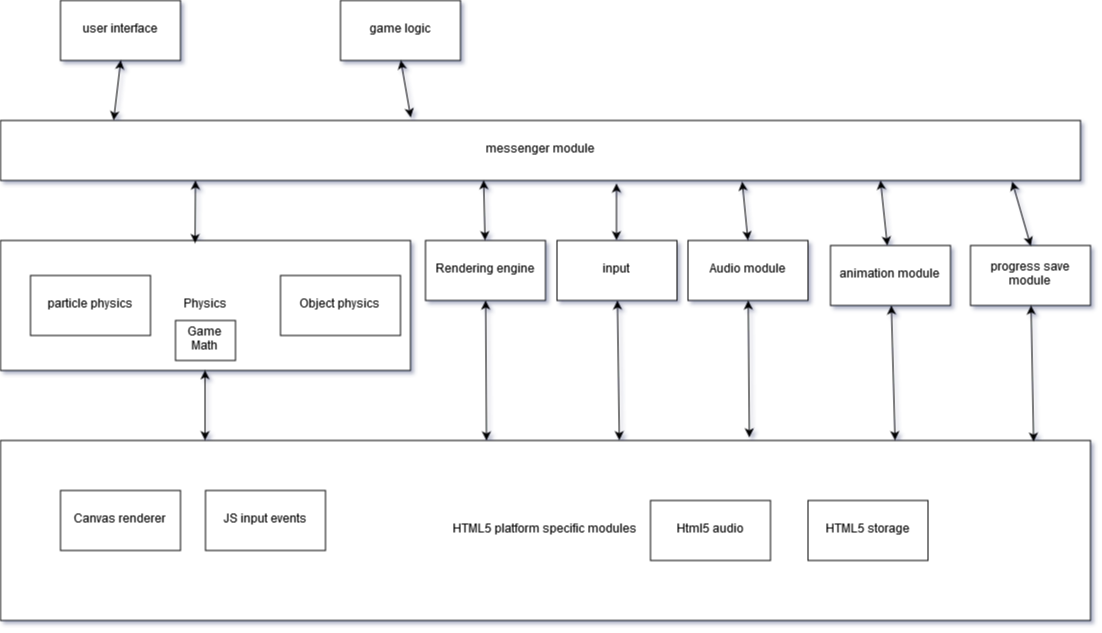
This is docs/design/Game architecture.png from svijaykoushik/sengal-psyco, a draw.io export, as it was before one commit. Source tidied: cells renumbered, new cells last; positions are measured from the earlier drawing's top-left corner, leaving out a move shared by most shapes. Source of this version:
```xml
<mxGraphModel>
  <root>
    <mxCell id="0" />
    <mxCell id="1" parent="0" />
    <mxCell id="2" value="Physics" style="rounded=0;whiteSpace=wrap;html=1;" parent="1" vertex="1">
      <mxGeometry y="240" width="410" height="130" as="geometry" />
    </mxCell>
    <mxCell id="3" value="particle physics" style="rounded=0;whiteSpace=wrap;html=1;" parent="1" vertex="1">
      <mxGeometry x="30" y="275" width="120" height="60" as="geometry" />
    </mxCell>
    <mxCell id="4" value="Object physics" style="rounded=0;whiteSpace=wrap;html=1;" parent="1" vertex="1">
      <mxGeometry x="280" y="275" width="120" height="60" as="geometry" />
    </mxCell>
    <mxCell id="5" value="Rendering engine" style="rounded=0;whiteSpace=wrap;html=1;" parent="1" vertex="1">
      <mxGeometry x="425" y="240" width="120" height="60" as="geometry" />
    </mxCell>
    <mxCell id="6" value="Audio module" style="rounded=0;whiteSpace=wrap;html=1;" parent="1" vertex="1">
      <mxGeometry x="687.5" y="240" width="120" height="60" as="geometry" />
    </mxCell>
    <mxCell id="7" value="animation module" style="rounded=0;whiteSpace=wrap;html=1;" parent="1" vertex="1">
      <mxGeometry x="830" y="245" width="120" height="60" as="geometry" />
    </mxCell>
    <mxCell id="8" value="messenger module" style="rounded=0;whiteSpace=wrap;html=1;" parent="1" vertex="1">
      <mxGeometry y="120" width="1080" height="60" as="geometry" />
    </mxCell>
    <mxCell id="9" value="game logic" style="rounded=0;whiteSpace=wrap;html=1;" parent="1" vertex="1">
      <mxGeometry x="340" width="120" height="60" as="geometry" />
    </mxCell>
    <mxCell id="10" value="user interface" style="rounded=0;whiteSpace=wrap;html=1;" parent="1" vertex="1">
      <mxGeometry x="60" width="120" height="60" as="geometry" />
    </mxCell>
    <mxCell id="11" value="input" style="rounded=0;whiteSpace=wrap;html=1;" parent="1" vertex="1">
      <mxGeometry x="556.5" y="240" width="120" height="60" as="geometry" />
    </mxCell>
    <mxCell id="12" value="HTML5 platform specific modules" style="rounded=0;whiteSpace=wrap;html=1;" parent="1" vertex="1">
      <mxGeometry y="440" width="1090" height="180" as="geometry" />
    </mxCell>
    <mxCell id="13" value="Canvas renderer" style="rounded=0;whiteSpace=wrap;html=1;" parent="1" vertex="1">
      <mxGeometry x="60" y="490" width="120" height="60" as="geometry" />
    </mxCell>
    <mxCell id="14" value="JS input events" style="rounded=0;whiteSpace=wrap;html=1;" parent="1" vertex="1">
      <mxGeometry x="205" y="490" width="120" height="60" as="geometry" />
    </mxCell>
    <mxCell id="15" value="Html5 audio" style="rounded=0;whiteSpace=wrap;html=1;" parent="1" vertex="1">
      <mxGeometry x="650" y="500" width="120" height="60" as="geometry" />
    </mxCell>
    <mxCell id="16" value="HTML5 storage" style="rounded=0;whiteSpace=wrap;html=1;" parent="1" vertex="1">
      <mxGeometry x="807.5" y="500" width="120" height="60" as="geometry" />
    </mxCell>
    <mxCell id="17" value="progress save module" style="rounded=0;whiteSpace=wrap;html=1;" parent="1" vertex="1">
      <mxGeometry x="970" y="245" width="120" height="60" as="geometry" />
    </mxCell>
    <mxCell id="18" value="Game Math" style="rounded=0;whiteSpace=wrap;html=1;" parent="1" vertex="1">
      <mxGeometry x="175" y="320" width="60" height="40" as="geometry" />
    </mxCell>
    <mxCell id="19" style="endArrow=classic;startArrow=classic;html=1;entryX=0.5;entryY=1;entryDx=0;entryDy=0;exitX=0.188;exitY=-0.002;exitDx=0;exitDy=0;exitPerimeter=0;" parent="1" edge="1" source="12" target="2">
      <mxGeometry relative="1" as="geometry" />
    </mxCell>
    <mxCell id="20" style="endArrow=classic;startArrow=classic;html=1;" parent="1" edge="1" source="5">
      <mxGeometry relative="1" as="geometry">
        <mxPoint x="486" y="440" as="targetPoint" />
      </mxGeometry>
    </mxCell>
    <mxCell id="21" style="endArrow=classic;startArrow=classic;html=1;entryX=0.568;entryY=-0.002;entryDx=0;entryDy=0;entryPerimeter=0;" parent="1" edge="1" source="11" target="12">
      <mxGeometry relative="1" as="geometry" />
    </mxCell>
    <mxCell id="22" style="endArrow=classic;startArrow=classic;html=1;entryX=0.687;entryY=-0.017;entryDx=0;entryDy=0;entryPerimeter=0;" parent="1" edge="1" source="6" target="12">
      <mxGeometry relative="1" as="geometry" />
    </mxCell>
    <mxCell id="23" style="endArrow=classic;startArrow=classic;html=1;entryX=0.821;entryY=-0.002;entryDx=0;entryDy=0;entryPerimeter=0;" parent="1" edge="1" source="7" target="12">
      <mxGeometry relative="1" as="geometry" />
    </mxCell>
    <mxCell id="24" style="endArrow=classic;startArrow=classic;html=1;entryX=0.948;entryY=0.006;entryDx=0;entryDy=0;entryPerimeter=0;" parent="1" edge="1" source="17" target="12">
      <mxGeometry relative="1" as="geometry" />
    </mxCell>
    <mxCell id="25" style="endArrow=classic;startArrow=classic;html=1;entryX=0.475;entryY=0.02;entryDx=0;entryDy=0;entryPerimeter=0;" parent="1" edge="1" target="2">
      <mxGeometry relative="1" as="geometry">
        <mxPoint x="195" y="180" as="sourcePoint" />
      </mxGeometry>
    </mxCell>
    <mxCell id="26" style="endArrow=classic;startArrow=classic;html=1;exitX=0.5;exitY=0;exitDx=0;exitDy=0;entryX=0.447;entryY=0.995;entryDx=0;entryDy=0;entryPerimeter=0;" parent="1" edge="1" source="5" target="8">
      <mxGeometry relative="1" as="geometry" />
    </mxCell>
    <mxCell id="27" style="endArrow=classic;startArrow=classic;html=1;exitX=0.5;exitY=0;exitDx=0;exitDy=0;" parent="1" edge="1" source="11">
      <mxGeometry relative="1" as="geometry">
        <mxPoint x="616" y="183" as="targetPoint" />
      </mxGeometry>
    </mxCell>
    <mxCell id="28" style="endArrow=classic;startArrow=classic;html=1;entryX=0.687;entryY=1.019;entryDx=0;entryDy=0;entryPerimeter=0;exitX=0.5;exitY=0;exitDx=0;exitDy=0;" parent="1" edge="1" source="6" target="8">
      <mxGeometry relative="1" as="geometry" />
    </mxCell>
    <mxCell id="29" style="endArrow=classic;startArrow=classic;html=1;" parent="1" edge="1" source="7">
      <mxGeometry relative="1" as="geometry">
        <mxPoint x="880" y="180" as="targetPoint" />
      </mxGeometry>
    </mxCell>
    <mxCell id="30" style="endArrow=classic;startArrow=classic;html=1;entryX=0.937;entryY=1.019;entryDx=0;entryDy=0;entryPerimeter=0;exitX=0.5;exitY=0;exitDx=0;exitDy=0;" parent="1" edge="1" source="17" target="8">
      <mxGeometry relative="1" as="geometry" />
    </mxCell>
    <mxCell id="31" style="endArrow=classic;startArrow=classic;html=1;exitX=0.105;exitY=-0.005;exitDx=0;exitDy=0;exitPerimeter=0;entryX=0.5;entryY=1;entryDx=0;entryDy=0;" parent="1" edge="1" source="8" target="10">
      <mxGeometry relative="1" as="geometry" />
    </mxCell>
    <mxCell id="32" style="endArrow=classic;startArrow=classic;html=1;exitX=0.38;exitY=-0.052;exitDx=0;exitDy=0;exitPerimeter=0;entryX=0.5;entryY=1;entryDx=0;entryDy=0;" parent="1" edge="1" source="8" target="9">
      <mxGeometry relative="1" as="geometry" />
    </mxCell>
  </root>
</mxGraphModel>
```
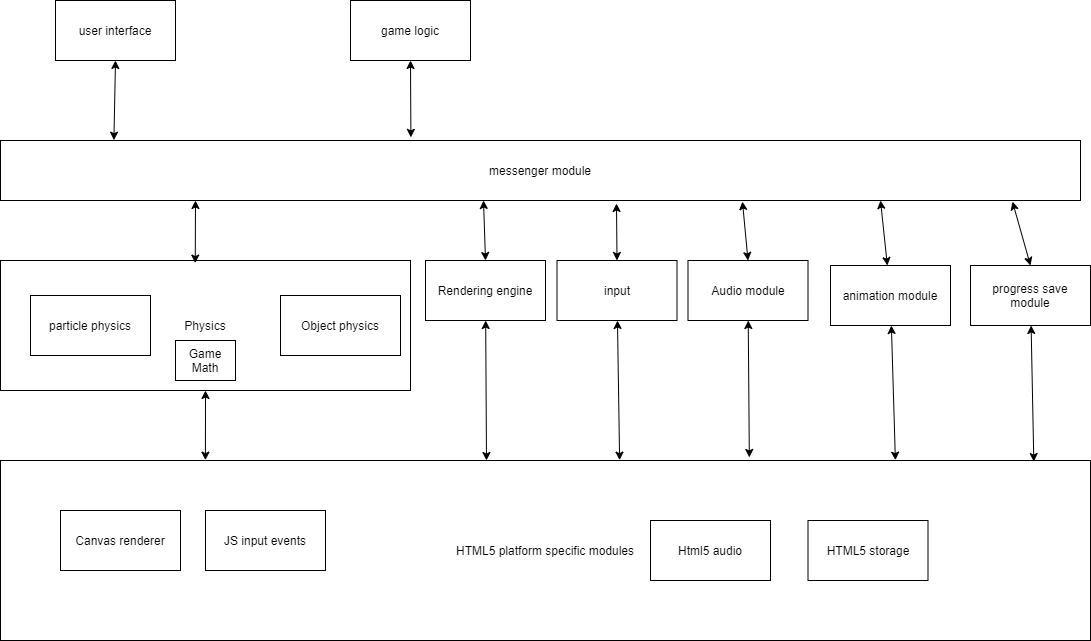
The same diagram one commit later.

Diff of the diagram source:
```diff
@@ -24,10 +24,10 @@
       <mxGeometry y="120" width="1080" height="60" as="geometry" />
     </mxCell>
     <mxCell id="9" value="game logic" style="rounded=0;whiteSpace=wrap;html=1;" parent="1" vertex="1">
-      <mxGeometry x="340" width="120" height="60" as="geometry" />
+      <mxGeometry x="350" y="-20" width="120" height="60" as="geometry" />
     </mxCell>
     <mxCell id="10" value="user interface" style="rounded=0;whiteSpace=wrap;html=1;" parent="1" vertex="1">
-      <mxGeometry x="60" width="120" height="60" as="geometry" />
+      <mxGeometry x="55" y="-20" width="120" height="60" as="geometry" />
     </mxCell>
     <mxCell id="11" value="input" style="rounded=0;whiteSpace=wrap;html=1;" parent="1" vertex="1">
       <mxGeometry x="556.5" y="240" width="120" height="60" as="geometry" />
@@ -78,8 +78,10 @@
         <mxPoint x="195" y="180" as="sourcePoint" />
       </mxGeometry>
     </mxCell>
-    <mxCell id="26" style="endArrow=classic;startArrow=classic;html=1;exitX=0.5;exitY=0;exitDx=0;exitDy=0;entryX=0.447;entryY=0.995;entryDx=0;entryDy=0;entryPerimeter=0;" parent="1" edge="1" source="5" target="8">
-      <mxGeometry relative="1" as="geometry" />
+    <mxCell id="26" style="endArrow=classic;startArrow=classic;html=1;exitX=0.5;exitY=0;exitDx=0;exitDy=0;" parent="1" edge="1" source="5">
+      <mxGeometry relative="1" as="geometry">
+        <mxPoint x="483" y="180" as="targetPoint" />
+      </mxGeometry>
     </mxCell>
     <mxCell id="27" style="endArrow=classic;startArrow=classic;html=1;exitX=0.5;exitY=0;exitDx=0;exitDy=0;" parent="1" edge="1" source="11">
       <mxGeometry relative="1" as="geometry">
```
